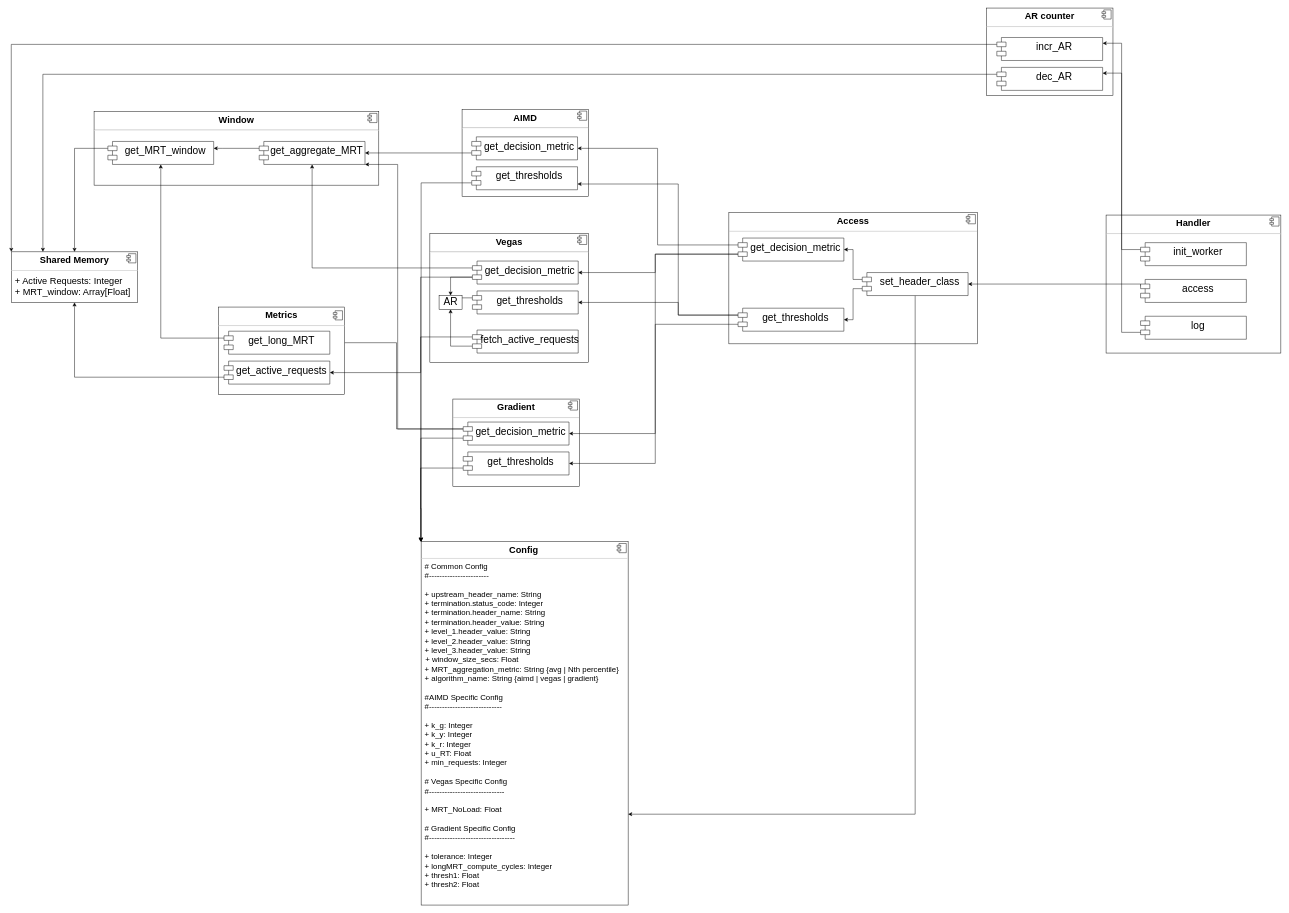
programmer290399/resources keeps this draw.io diagram as Untitled Diagram.drawio. Above is the earlier version. Source tidied: cells renumbered, new cells numbered last; positions are measured from the earlier drawing's top-left corner, leaving out a move shared by most shapes. Both pictures are drawn from the tidied source at 46%, with x=0, y=0 at pixel (11, 8).
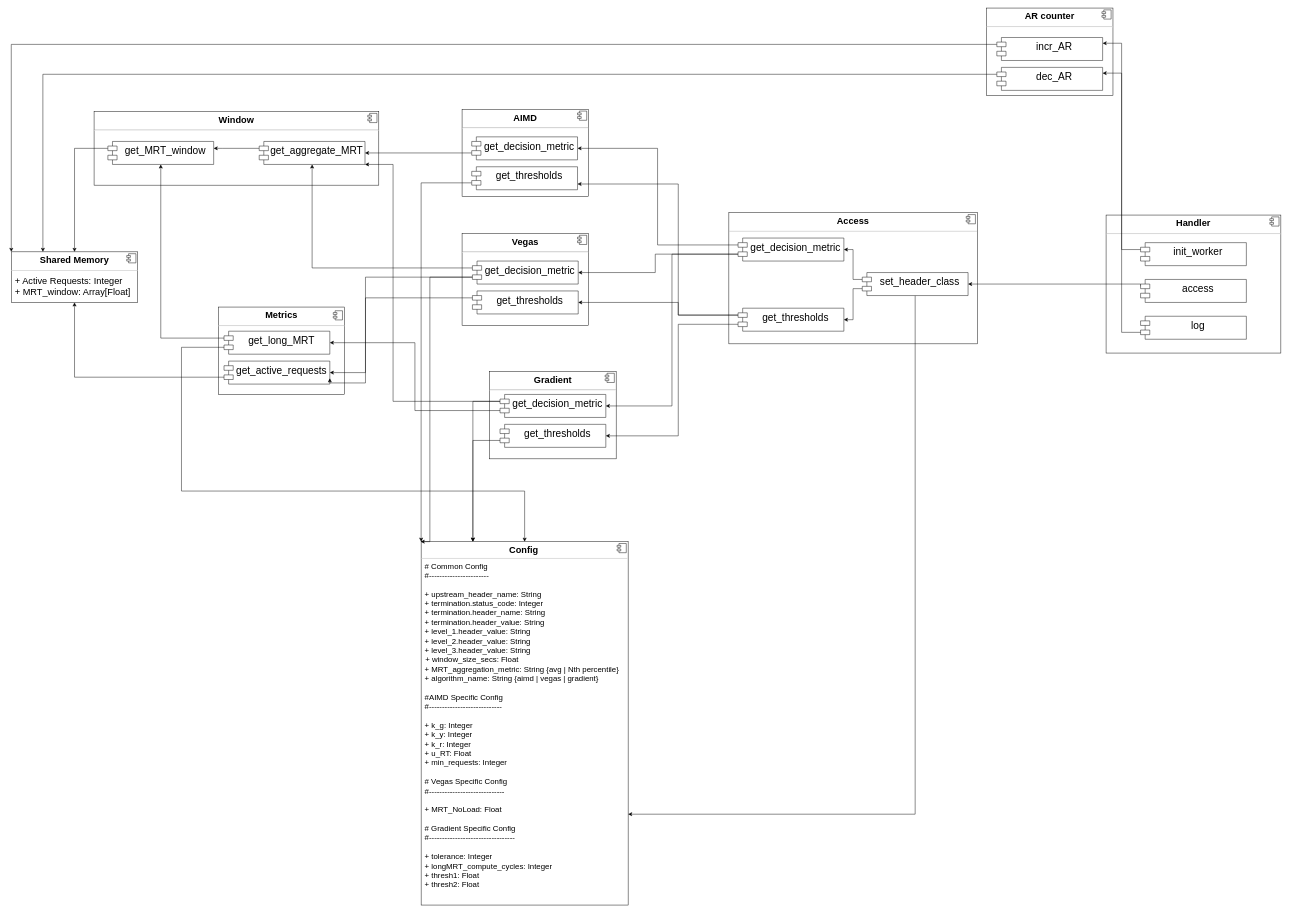
Above is the later version.

The change refers to these unchanged cells:
```xml
<mxCell id="2" value="&lt;p style=&quot;margin: 0px ; margin-top: 6px ; text-align: center&quot;&gt;&lt;b&gt;&lt;font style=&quot;font-size: 20px&quot;&gt;Config&lt;/font&gt;&lt;span style=&quot;font-size: 13px&quot;&gt;&amp;nbsp;&lt;/span&gt;&lt;/b&gt;&lt;/p&gt;&lt;hr&gt;&lt;p style=&quot;margin: 0px 0px 0px 8px ; font-size: 17px&quot;&gt;&lt;font style=&quot;font-size: 17px&quot;&gt;# Common Config&lt;/font&gt;&lt;/p&gt;&lt;p style=&quot;margin: 0px 0px 0px 8px ; font-size: 17px&quot;&gt;&lt;font style=&quot;font-size: 17px&quot;&gt;#-----------------------&lt;/font&gt;&lt;/p&gt;&lt;p style=&quot;margin: 0px 0px 0px 8px ; font-size: 17px&quot;&gt;&lt;font style=&quot;font-size: 17px&quot;&gt;&lt;br&gt;&lt;/font&gt;&lt;/p&gt;&lt;p style=&quot;margin: 0px 0px 0px 8px ; font-size: 17px&quot;&gt;&lt;font style=&quot;font-size: 17px&quot;&gt;+ upstream_header_name: String&lt;br&gt;+ termination.status_code: Integer&lt;/font&gt;&lt;/p&gt;&lt;p style=&quot;margin: 0px 0px 0px 8px ; font-size: 17px&quot;&gt;&lt;font style=&quot;font-size: 17px&quot;&gt;+&amp;nbsp;termination.header_name: String&lt;/font&gt;&lt;/p&gt;&lt;p style=&quot;margin: 0px 0px 0px 8px ; font-size: 17px&quot;&gt;&lt;font style=&quot;font-size: 17px&quot;&gt;+&amp;nbsp;termination.header_value: String&lt;/font&gt;&lt;/p&gt;&lt;p style=&quot;margin: 0px 0px 0px 8px ; font-size: 17px&quot;&gt;&lt;font style=&quot;font-size: 17px&quot;&gt;+&amp;nbsp;level_1.header_value: String&lt;span&gt;&amp;nbsp;&lt;/span&gt;&lt;/font&gt;&lt;/p&gt;&lt;p style=&quot;margin: 0px 0px 0px 8px ; font-size: 17px&quot;&gt;&lt;font style=&quot;font-size: 17px&quot;&gt;+&amp;nbsp;level_2.header_value: String&lt;span&gt;&amp;nbsp;&lt;/span&gt;&lt;span&gt;&lt;br&gt;&lt;/span&gt;&lt;/font&gt;&lt;/p&gt;&lt;p style=&quot;margin: 0px 0px 0px 8px ; font-size: 17px&quot;&gt;&lt;font style=&quot;font-size: 17px&quot;&gt;+&amp;nbsp;level_3.header_value: String&lt;span&gt;&amp;nbsp;&lt;/span&gt;&lt;span&gt;&lt;br&gt;&lt;/span&gt;&lt;/font&gt;&lt;/p&gt;&lt;font style=&quot;font-size: 17px&quot;&gt;&amp;nbsp;&amp;nbsp;+ window_size_secs: Float&lt;br&gt;&lt;/font&gt;&lt;p style=&quot;margin: 0px 0px 0px 8px ; font-size: 17px&quot;&gt;&lt;font style=&quot;font-size: 17px&quot;&gt;+&amp;nbsp;MRT_aggregation_metric: String {avg | Nth percentile}&lt;br&gt;+ algorithm_name: String {aimd | vegas | gradient}&lt;/font&gt;&lt;/p&gt;&lt;p style=&quot;margin: 0px 0px 0px 8px ; font-size: 17px&quot;&gt;&lt;font style=&quot;font-size: 17px&quot;&gt;&lt;br&gt;&lt;/font&gt;&lt;/p&gt;&lt;p style=&quot;margin: 0px 0px 0px 8px ; font-size: 17px&quot;&gt;&lt;font style=&quot;font-size: 17px&quot;&gt;#AIMD Specific Config&lt;/font&gt;&lt;/p&gt;&lt;p style=&quot;margin: 0px 0px 0px 8px ; font-size: 17px&quot;&gt;&lt;font style=&quot;font-size: 17px&quot;&gt;#----------------------------&lt;/font&gt;&lt;/p&gt;&lt;p style=&quot;margin: 0px 0px 0px 8px ; font-size: 17px&quot;&gt;&lt;font style=&quot;font-size: 17px&quot;&gt;&lt;br&gt;&lt;/font&gt;&lt;/p&gt;&lt;p style=&quot;margin: 0px 0px 0px 8px ; font-size: 17px&quot;&gt;&lt;font style=&quot;font-size: 17px&quot;&gt;+ k_g: Integer&lt;br&gt;&lt;/font&gt;&lt;/p&gt;&lt;p style=&quot;margin: 0px 0px 0px 8px ; font-size: 17px&quot;&gt;&lt;font style=&quot;font-size: 17px&quot;&gt;+&amp;nbsp;k_y: Integer&lt;/font&gt;&lt;/p&gt;&lt;p style=&quot;margin: 0px 0px 0px 8px ; font-size: 17px&quot;&gt;&lt;font style=&quot;font-size: 17px&quot;&gt;+&amp;nbsp;k_r: Integer&lt;/font&gt;&lt;/p&gt;&lt;p style=&quot;margin: 0px 0px 0px 8px ; font-size: 17px&quot;&gt;&lt;font style=&quot;font-size: 17px&quot;&gt;+ u_RT: Float&lt;br&gt;&lt;/font&gt;&lt;/p&gt;&lt;p style=&quot;margin: 0px 0px 0px 8px ; font-size: 17px&quot;&gt;&lt;font style=&quot;font-size: 17px&quot;&gt;+ min_requests: Integer&lt;br&gt;&lt;/font&gt;&lt;/p&gt;&lt;p style=&quot;margin: 0px 0px 0px 8px ; font-size: 17px&quot;&gt;&lt;font style=&quot;font-size: 17px&quot;&gt;&lt;br&gt;&lt;/font&gt;&lt;/p&gt;&lt;p style=&quot;margin: 0px 0px 0px 8px ; font-size: 17px&quot;&gt;&lt;font style=&quot;font-size: 17px&quot;&gt;# Vegas&amp;nbsp;Specific Config&lt;/font&gt;&lt;/p&gt;&lt;p style=&quot;margin: 0px 0px 0px 8px ; font-size: 17px&quot;&gt;&lt;font style=&quot;font-size: 17px&quot;&gt;#-----------------------------&lt;/font&gt;&lt;/p&gt;&lt;p style=&quot;margin: 0px 0px 0px 8px ; font-size: 17px&quot;&gt;&lt;font style=&quot;font-size: 17px&quot;&gt;&lt;br&gt;&lt;/font&gt;&lt;/p&gt;&lt;p style=&quot;margin: 0px 0px 0px 8px ; font-size: 17px&quot;&gt;&lt;font style=&quot;font-size: 17px&quot;&gt;+ MRT_NoLoad: Float&lt;br&gt;&lt;/font&gt;&lt;/p&gt;&lt;p style=&quot;margin: 0px 0px 0px 8px ; font-size: 17px&quot;&gt;&lt;font style=&quot;font-size: 17px&quot;&gt;&lt;br&gt;&lt;/font&gt;&lt;/p&gt;&lt;p style=&quot;margin: 0px 0px 0px 8px ; font-size: 17px&quot;&gt;&lt;font style=&quot;font-size: 17px&quot;&gt;# Gradient Specific Config&lt;/font&gt;&lt;/p&gt;&lt;p style=&quot;margin: 0px 0px 0px 8px ; font-size: 17px&quot;&gt;&lt;font style=&quot;font-size: 17px&quot;&gt;#---------------------------------&lt;/font&gt;&lt;/p&gt;&lt;p style=&quot;margin: 0px 0px 0px 8px ; font-size: 17px&quot;&gt;&lt;font style=&quot;font-size: 17px&quot;&gt;&lt;br&gt;&lt;/font&gt;&lt;/p&gt;&lt;p style=&quot;margin: 0px 0px 0px 8px ; font-size: 17px&quot;&gt;&lt;font style=&quot;font-size: 17px&quot;&gt;+ tolerance: Integer&amp;nbsp;&lt;/font&gt;&lt;/p&gt;&lt;p style=&quot;margin: 0px 0px 0px 8px ; font-size: 17px&quot;&gt;&lt;font style=&quot;font-size: 17px&quot;&gt;+&amp;nbsp;longMRT_compute_cycles: Integer&lt;/font&gt;&lt;/p&gt;&lt;p style=&quot;margin: 0px 0px 0px 8px ; font-size: 17px&quot;&gt;&lt;font style=&quot;font-size: 17px&quot;&gt;+&amp;nbsp;thresh1: Float&amp;nbsp;&lt;/font&gt;&lt;/p&gt;&lt;p style=&quot;margin: 0px 0px 0px 8px ; font-size: 17px&quot;&gt;&lt;font style=&quot;font-size: 17px&quot;&gt;+&amp;nbsp;thresh2: Float&lt;/font&gt;&lt;/p&gt;" style="align=left;overflow=fill;html=1;" parent="1" vertex="1">
  <mxGeometry x="891" y="1160" width="450" height="790" as="geometry" />
</mxCell>
<mxCell id="29" value="get_decision_metric" style="shape=module;align=left;spacingLeft=20;align=center;verticalAlign=top;fontSize=22;" parent="1" vertex="1">
  <mxGeometry x="1002.5" y="550" width="230" height="50" as="geometry" />
</mxCell>
<mxCell id="31" value="get_thresholds" style="shape=module;align=left;spacingLeft=20;align=center;verticalAlign=top;fontSize=22;" parent="1" vertex="1">
  <mxGeometry x="1002.5" y="615" width="230" height="50" as="geometry" />
</mxCell>
<mxCell id="41" value="get_aggregate_MRT" style="shape=module;align=left;spacingLeft=20;align=center;verticalAlign=top;fontSize=22;" parent="1" vertex="1">
  <mxGeometry x="539" y="290" width="230" height="50" as="geometry" />
</mxCell>
<mxCell id="49" value="get_thresholds" style="shape=module;align=left;spacingLeft=20;align=center;verticalAlign=top;fontSize=22;" parent="1" vertex="1">
  <mxGeometry x="1580" y="652.5" width="230" height="50" as="geometry" />
</mxCell>
<mxCell id="53" value="get_decision_metric" style="shape=module;align=left;spacingLeft=20;align=center;verticalAlign=top;fontSize=22;" parent="1" vertex="1">
  <mxGeometry x="1580" y="500" width="230" height="50" as="geometry" />
</mxCell>
<mxCell id="63" value="get_long_MRT" style="shape=module;align=left;spacingLeft=20;align=center;verticalAlign=top;fontSize=22;" parent="1" vertex="1">
  <mxGeometry x="462.5" y="702.5" width="230" height="50" as="geometry" />
</mxCell>
<mxCell id="65" value="get_active_requests" style="shape=module;align=left;spacingLeft=20;align=center;verticalAlign=top;fontSize=22;" parent="1" vertex="1">
  <mxGeometry x="462.5" y="767.5" width="230" height="50" as="geometry" />
</mxCell>
```

Diff of the diagram source:
```diff
@@
-    <mxCell id="10" value="&lt;p style=&quot;margin: 0px ; margin-top: 6px ; text-align: center&quot;&gt;&lt;b&gt;Vegas&lt;/b&gt;&lt;/p&gt;&lt;hr&gt;&lt;p style=&quot;margin: 0px ; margin-left: 8px&quot;&gt;&lt;br&gt;&lt;/p&gt;&lt;p style=&quot;margin: 0px ; margin-left: 8px&quot;&gt;&lt;br&gt;&lt;/p&gt;&lt;p style=&quot;margin: 0px ; margin-left: 8px&quot;&gt;&lt;br&gt;&lt;/p&gt;&lt;p style=&quot;margin: 0px ; margin-left: 8px&quot;&gt;&lt;br&gt;&lt;/p&gt;&lt;p style=&quot;margin: 0px ; margin-left: 8px&quot;&gt;&lt;br&gt;&lt;/p&gt;&lt;p style=&quot;margin: 0px ; margin-left: 8px&quot;&gt;&lt;br&gt;&lt;/p&gt;&lt;p style=&quot;margin: 0px ; margin-left: 8px&quot;&gt;&lt;br&gt;&lt;/p&gt;&lt;p style=&quot;margin: 0px ; margin-left: 8px&quot;&gt;&lt;br&gt;&lt;/p&gt;&lt;p style=&quot;margin: 0px ; margin-left: 8px&quot;&gt;&amp;nbsp; &lt;br&gt;&amp;nbsp;&lt;/p&gt;" style="align=left;overflow=fill;html=1;fontSize=20;" parent="1" vertex="1">
-      <mxGeometry x="910" y="490" width="345" height="280" as="geometry" />
+    <mxCell id="10" value="&lt;p style=&quot;margin: 0px ; margin-top: 6px ; text-align: center&quot;&gt;&lt;b&gt;Vegas&lt;/b&gt;&lt;/p&gt;&lt;hr&gt;&lt;p style=&quot;margin: 0px ; margin-left: 8px&quot;&gt;&lt;br&gt;&lt;/p&gt;" style="align=left;overflow=fill;html=1;fontSize=20;" parent="1" vertex="1">
+      <mxGeometry x="980" y="490" width="275" height="200" as="geometry" />
     </mxCell>
@@
     <mxCell id="12" value="&lt;p style=&quot;margin: 0px ; margin-top: 6px ; text-align: center&quot;&gt;&lt;b&gt;Gradient&lt;/b&gt;&lt;/p&gt;&lt;hr&gt;&lt;p style=&quot;margin: 0px ; margin-left: 8px&quot;&gt;&lt;br&gt;&lt;/p&gt;" style="align=left;overflow=fill;html=1;fontSize=20;" parent="1" vertex="1">
-      <mxGeometry x="960" y="850" width="275" height="190" as="geometry" />
+      <mxGeometry x="1040" y="790" width="275" height="190" as="geometry" />
     </mxCell>
@@
     <mxCell id="27" style="edgeStyle=orthogonalEdgeStyle;rounded=0;jettySize=auto;html=1;exitX=0;exitY=0;exitDx=0;exitDy=35;exitPerimeter=0;fontSize=22;" parent="1" edge="1" source="29">
       <mxGeometry relative="1" as="geometry">
         <mxPoint x="890" y="1160" as="targetPoint" />
         <Array as="points">
-          <mxPoint x="890" y="585" />
+          <mxPoint x="910" y="585" />
+          <mxPoint x="910" y="1160" />
         </Array>
       </mxGeometry>
     </mxCell>
-    <mxCell id="28" style="edgeStyle=orthogonalEdgeStyle;rounded=0;jettySize=auto;html=1;exitX=0;exitY=0;exitDx=0;exitDy=35;exitPerimeter=0;entryX=0.5;entryY=0;entryDx=0;entryDy=0;fontSize=22;" parent="1" edge="1" source="29" target="71">
-      <mxGeometry relative="1" as="geometry" />
-    </mxCell>
@@
-    <mxCell id="30" style="edgeStyle=orthogonalEdgeStyle;rounded=0;jettySize=auto;html=1;exitX=0;exitY=0;exitDx=0;exitDy=15;exitPerimeter=0;entryX=0.75;entryY=0;entryDx=0;entryDy=0;fontSize=22;" parent="1" edge="1" source="31" target="71">
-      <mxGeometry relative="1" as="geometry" />
-    </mxCell>
@@
-    <mxCell id="32" style="edgeStyle=orthogonalEdgeStyle;rounded=0;jettySize=auto;html=1;exitX=0;exitY=0;exitDx=0;exitDy=35;exitPerimeter=0;fontSize=22;" parent="1" edge="1" source="35">
-      <mxGeometry relative="1" as="geometry">
-        <mxPoint x="890" y="1160" as="targetPoint" />
-      </mxGeometry>
-    </mxCell>
-    <mxCell id="33" style="edgeStyle=orthogonalEdgeStyle;rounded=0;jettySize=auto;html=1;exitX=0;exitY=0;exitDx=0;exitDy=15;exitPerimeter=0;entryX=1;entryY=0.5;entryDx=0;entryDy=0;fontSize=22;" parent="1" edge="1" source="35" target="63">
-      <mxGeometry relative="1" as="geometry" />
-    </mxCell>
+    <mxCell id="72" style="edgeStyle=orthogonalEdgeStyle;rounded=0;jettySize=auto;html=1;exitX=0;exitY=0;exitDx=0;exitDy=15;exitPerimeter=0;entryX=0.25;entryY=0;entryDx=0;entryDy=0;fontSize=22;" parent="1" edge="1" source="35" target="2">
+      <mxGeometry relative="1" as="geometry" />
+    </mxCell>
     <mxCell id="34" style="edgeStyle=orthogonalEdgeStyle;rounded=0;jettySize=auto;html=1;exitX=0;exitY=0;exitDx=0;exitDy=15;exitPerimeter=0;entryX=1;entryY=1;entryDx=0;entryDy=0;fontSize=22;" parent="1" edge="1" source="35" target="41">
       <mxGeometry relative="1" as="geometry">
         <Array as="points">
-          <mxPoint x="840" y="915" />
-          <mxPoint x="840" y="340" />
+          <mxPoint x="830" y="855" />
+          <mxPoint x="830" y="340" />
         </Array>
       </mxGeometry>
     </mxCell>
     <mxCell id="35" value="get_decision_metric" style="shape=module;align=left;spacingLeft=20;align=center;verticalAlign=top;fontSize=22;" parent="1" vertex="1">
-      <mxGeometry x="982.5" y="900" width="230" height="50" as="geometry" />
+      <mxGeometry x="1062.5" y="840" width="230" height="50" as="geometry" />
     </mxCell>
-    <mxCell id="36" style="edgeStyle=orthogonalEdgeStyle;rounded=0;jettySize=auto;html=1;exitX=0;exitY=0;exitDx=0;exitDy=35;exitPerimeter=0;fontSize=22;entryX=0;entryY=0;entryDx=0;entryDy=0;" parent="1" edge="1" source="37" target="2">
-      <mxGeometry relative="1" as="geometry">
-        <Array as="points">
-          <mxPoint x="890" y="1000" />
-          <mxPoint x="890" y="1088" />
-        </Array>
-      </mxGeometry>
+    <mxCell id="36" style="edgeStyle=orthogonalEdgeStyle;rounded=0;jettySize=auto;html=1;exitX=0;exitY=0;exitDx=0;exitDy=35;exitPerimeter=0;entryX=0.25;entryY=0;entryDx=0;entryDy=0;fontSize=22;" parent="1" edge="1" source="37" target="2">
+      <mxGeometry relative="1" as="geometry" />
     </mxCell>
     <mxCell id="37" value="get_thresholds" style="shape=module;align=left;spacingLeft=20;align=center;verticalAlign=top;fontSize=22;" parent="1" vertex="1">
-      <mxGeometry x="982.5" y="965" width="230" height="50" as="geometry" />
+      <mxGeometry x="1062.5" y="905" width="230" height="50" as="geometry" />
     </mxCell>
@@
+    <mxCell id="48" style="edgeStyle=orthogonalEdgeStyle;rounded=0;jettySize=auto;html=1;exitX=0;exitY=0;exitDx=0;exitDy=35;exitPerimeter=0;entryX=1;entryY=0.5;entryDx=0;entryDy=0;fontSize=22;" parent="1" edge="1" source="49" target="37">
+      <mxGeometry relative="1" as="geometry">
+        <Array as="points">
+          <mxPoint x="1450" y="687" />
+          <mxPoint x="1450" y="930" />
+        </Array>
+      </mxGeometry>
+    </mxCell>
@@
-    <mxCell id="48" style="edgeStyle=orthogonalEdgeStyle;rounded=0;jettySize=auto;html=1;exitX=0;exitY=0;exitDx=0;exitDy=35;exitPerimeter=0;entryX=1;entryY=0.5;entryDx=0;entryDy=0;fontSize=22;" parent="1" edge="1" source="49" target="37">
-      <mxGeometry relative="1" as="geometry">
-        <Array as="points">
-          <mxPoint x="1400" y="687" />
-          <mxPoint x="1400" y="990" />
-        </Array>
-      </mxGeometry>
-    </mxCell>
@@
+    <mxCell id="52" style="edgeStyle=orthogonalEdgeStyle;rounded=0;jettySize=auto;html=1;exitX=0;exitY=0;exitDx=0;exitDy=35;exitPerimeter=0;entryX=1;entryY=0.5;entryDx=0;entryDy=0;fontSize=22;" parent="1" edge="1" source="53" target="35">
+      <mxGeometry relative="1" as="geometry" />
+    </mxCell>
@@
-    <mxCell id="52" style="edgeStyle=orthogonalEdgeStyle;rounded=0;jettySize=auto;html=1;exitX=0;exitY=0;exitDx=0;exitDy=35;exitPerimeter=0;entryX=1;entryY=0.5;entryDx=0;entryDy=0;fontSize=22;" parent="1" edge="1" source="53" target="35">
-      <mxGeometry relative="1" as="geometry">
-        <Array as="points">
-          <mxPoint x="1400" y="535" />
-          <mxPoint x="1400" y="925" />
-        </Array>
-      </mxGeometry>
-    </mxCell>
@@
+    <mxCell id="73" style="edgeStyle=orthogonalEdgeStyle;rounded=0;jettySize=auto;html=1;exitX=0;exitY=0;exitDx=0;exitDy=35;exitPerimeter=0;fontSize=22;" parent="1" edge="1" source="63" target="2">
+      <mxGeometry relative="1" as="geometry">
+        <Array as="points">
+          <mxPoint x="370" y="737" />
+          <mxPoint x="370" y="1050" />
+          <mxPoint x="1116" y="1050" />
+        </Array>
+      </mxGeometry>
+    </mxCell>
@@
-    <mxCell id="68" style="edgeStyle=orthogonalEdgeStyle;rounded=0;jettySize=auto;html=1;exitX=0;exitY=0;exitDx=0;exitDy=15;exitPerimeter=0;entryX=1;entryY=0.5;entryDx=0;entryDy=0;fontSize=22;" parent="1" edge="1" source="70" target="65">
-      <mxGeometry relative="1" as="geometry">
-        <Array as="points">
-          <mxPoint x="890" y="715" />
-          <mxPoint x="890" y="792" />
-        </Array>
-      </mxGeometry>
-    </mxCell>
-    <mxCell id="69" style="edgeStyle=orthogonalEdgeStyle;rounded=0;jettySize=auto;html=1;exitX=0;exitY=0;exitDx=0;exitDy=35;exitPerimeter=0;entryX=0.5;entryY=1;entryDx=0;entryDy=0;fontSize=22;" parent="1" edge="1" source="70" target="71">
-      <mxGeometry relative="1" as="geometry" />
-    </mxCell>
-    <mxCell id="70" value="fetch_active_requests" style="shape=module;align=left;spacingLeft=20;align=center;verticalAlign=top;fontSize=22;" parent="1" vertex="1">
-      <mxGeometry x="1002.5" y="700" width="230" height="50" as="geometry" />
-    </mxCell>
-    <mxCell id="71" value="AR" style="html=1;fontSize=22;" parent="1" vertex="1">
-      <mxGeometry x="930" y="625" width="50" height="30" as="geometry" />
-    </mxCell>
+    <mxCell id="74" style="edgeStyle=orthogonalEdgeStyle;rounded=0;jettySize=auto;html=1;exitX=0;exitY=0;exitDx=0;exitDy=15;exitPerimeter=0;entryX=1;entryY=0.75;entryDx=0;entryDy=0;fontSize=22;" parent="1" edge="1" source="31" target="65">
+      <mxGeometry relative="1" as="geometry">
+        <Array as="points">
+          <mxPoint x="770" y="630" />
+          <mxPoint x="770" y="815" />
+          <mxPoint x="693" y="815" />
+        </Array>
+      </mxGeometry>
+    </mxCell>
+    <mxCell id="75" style="edgeStyle=orthogonalEdgeStyle;rounded=0;jettySize=auto;html=1;exitX=0;exitY=0;exitDx=0;exitDy=35;exitPerimeter=0;entryX=1;entryY=0.5;entryDx=0;entryDy=0;fontSize=22;" parent="1" edge="1" source="29" target="65">
+      <mxGeometry relative="1" as="geometry">
+        <Array as="points">
+          <mxPoint x="770" y="585" />
+          <mxPoint x="770" y="792" />
+        </Array>
+      </mxGeometry>
+    </mxCell>
+    <mxCell id="33" style="edgeStyle=orthogonalEdgeStyle;rounded=0;jettySize=auto;html=1;exitX=0;exitY=0;exitDx=0;exitDy=35;exitPerimeter=0;entryX=1;entryY=0.5;entryDx=0;entryDy=0;fontSize=22;" parent="1" edge="1" source="35" target="63">
+      <mxGeometry relative="1" as="geometry" />
+    </mxCell>
```
